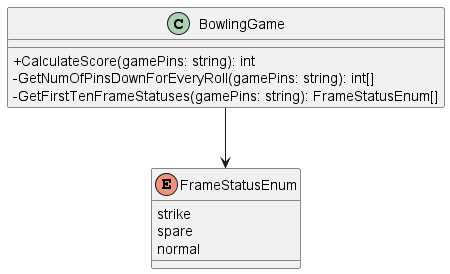
The PlantUML diagram puml/Bowling Game Kata.png in iamfranco/BowlingGameKata, before a commit. Its diagram source:
```plantuml
@startuml "Bowling Game Kata"
skinparam classAttributeIconSize 0

enum FrameStatusEnum
{
  strike
  spare
  normal
}

class BowlingGame {
  + CalculateScore(gamePins: string): int
  - GetNumOfPinsDownForEveryRoll(gamePins: string): int[]
  - GetFirstTenFrameStatuses(gamePins: string): FrameStatusEnum[]
}

BowlingGame --> FrameStatusEnum

@enduml
```
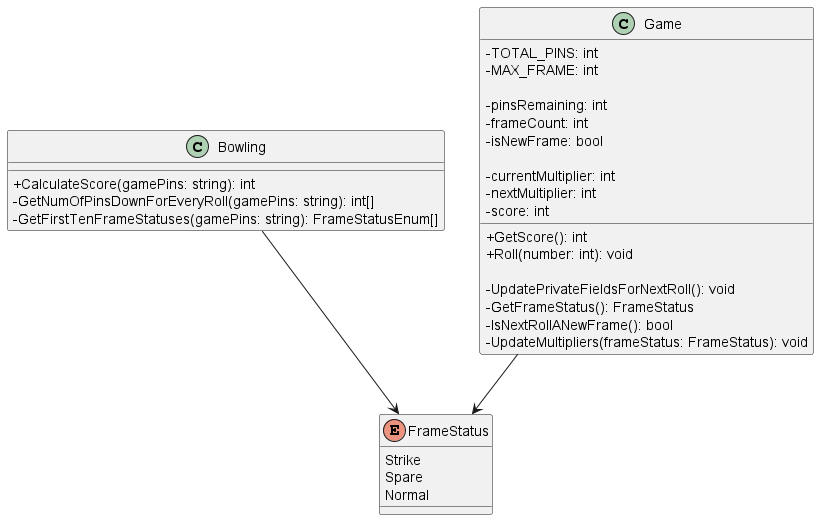
The same diagram one commit later.

Commit message:
add Game class to plant UML diagram

The edit, as a diff of the source:
```diff
@@ -1,19 +1,41 @@
 @startuml "Bowling Game Kata"
 skinparam classAttributeIconSize 0
 
-enum FrameStatusEnum
+enum FrameStatus
 {
-  strike
-  spare
-  normal
+  Strike
+  Spare
+  Normal
 }
 
-class BowlingGame {
+class Bowling {
   + CalculateScore(gamePins: string): int
   - GetNumOfPinsDownForEveryRoll(gamePins: string): int[]
   - GetFirstTenFrameStatuses(gamePins: string): FrameStatusEnum[]
 }
 
-BowlingGame --> FrameStatusEnum
+class Game {
+  - TOTAL_PINS: int
+  - MAX_FRAME: int
+
+  - pinsRemaining: int
+  - frameCount: int
+  - isNewFrame: bool
+
+  - currentMultiplier: int
+  - nextMultiplier: int
+  - score: int
+
+  + GetScore(): int
+  + Roll(number: int): void
+
+  - UpdatePrivateFieldsForNextRoll(): void
+  - GetFrameStatus(): FrameStatus
+  - IsNextRollANewFrame(): bool
+  - UpdateMultipliers(frameStatus: FrameStatus): void
+}
+
+Bowling --> FrameStatus
+Game --> FrameStatus
 
 @enduml
```
